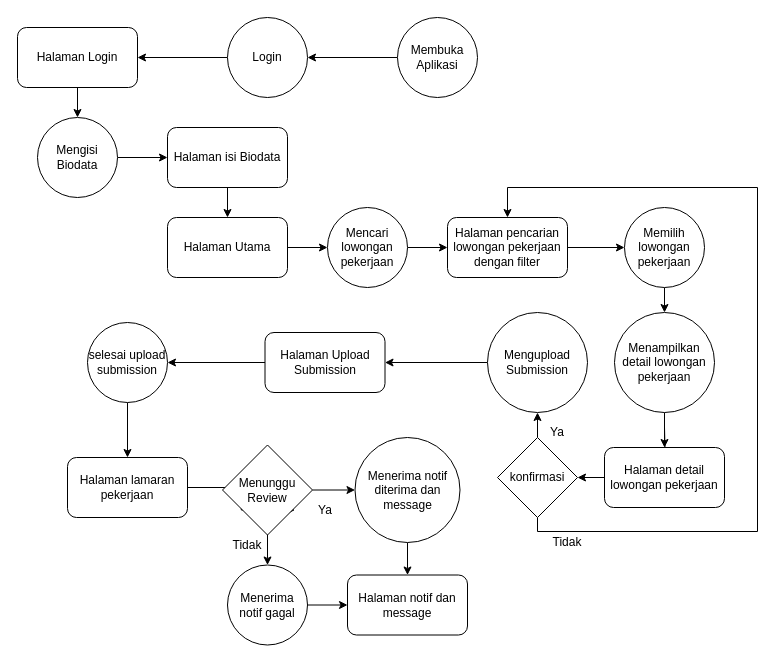
Before: Jawir.drawio in Pfftz/Dicoding_wir, a draw.io diagram. Source tidied: cells renumbered, new cells numbered last; positions are measured from the earlier drawing's top-left corner, leaving out a move shared by most shapes. Both pictures are drawn from the tidied source at 100%, with x=0, y=0 at pixel (17, 17).
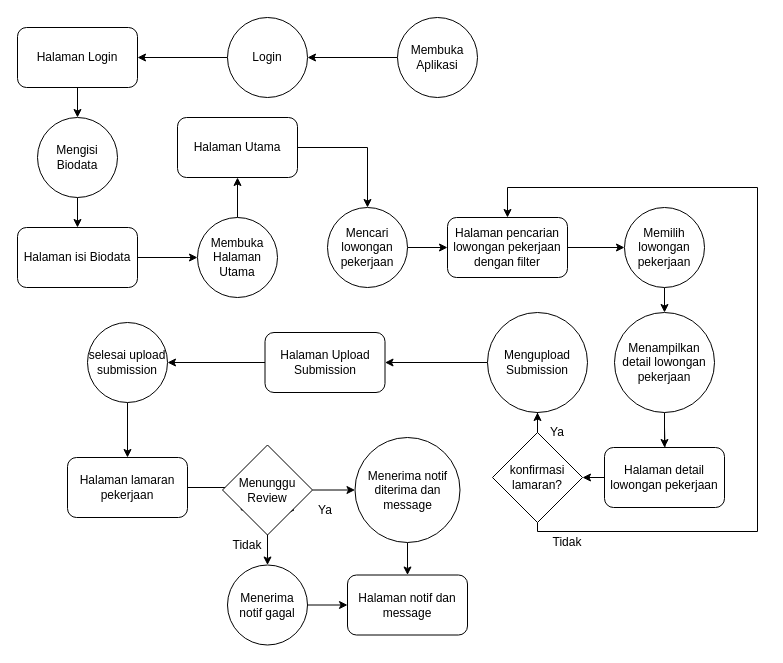
After the change.

What changed in the source:
```diff
@@
     <mxCell id="5" value="Halaman Utama" style="rounded=1;whiteSpace=wrap;html=1;" parent="1" vertex="1">
-      <mxGeometry x="150" y="200" width="120" height="60" as="geometry" />
+      <mxGeometry x="160" y="100" width="120" height="60" as="geometry" />
     </mxCell>
@@
-    <mxCell id="25" value="konfirmasi" style="rhombus;whiteSpace=wrap;html=1;" parent="1" vertex="1">
-      <mxGeometry x="480" y="420" width="80" height="80" as="geometry" />
+    <mxCell id="25" value="konfirmasi&lt;br&gt;lamaran?" style="rhombus;whiteSpace=wrap;html=1;" parent="1" vertex="1">
+      <mxGeometry x="475" y="415" width="90" height="90" as="geometry" />
     </mxCell>
@@
-    <mxCell id="42" style="edgeStyle=orthogonalEdgeStyle;rounded=0;jettySize=auto;html=1;" parent="1" edge="1" source="43" target="5">
-      <mxGeometry relative="1" as="geometry" />
-    </mxCell>
     <mxCell id="43" value="Halaman isi Biodata" style="rounded=1;whiteSpace=wrap;html=1;" parent="1" vertex="1">
-      <mxGeometry x="150" y="110" width="120" height="60" as="geometry" />
+      <mxGeometry y="210" width="120" height="60" as="geometry" />
     </mxCell>
@@
+    <mxCell id="48" style="edgeStyle=orthogonalEdgeStyle;rounded=0;jettySize=auto;html=1;" parent="1" edge="1" source="43" target="50">
+      <mxGeometry relative="1" as="geometry" />
+    </mxCell>
+    <mxCell id="49" style="edgeStyle=orthogonalEdgeStyle;rounded=0;jettySize=auto;html=1;" parent="1" edge="1" source="50" target="5">
+      <mxGeometry relative="1" as="geometry" />
+    </mxCell>
+    <mxCell id="50" value="Membuka Halaman Utama" style="ellipse;whiteSpace=wrap;html=1;" parent="1" vertex="1">
+      <mxGeometry x="180" y="200" width="80" height="80" as="geometry" />
+    </mxCell>
```
